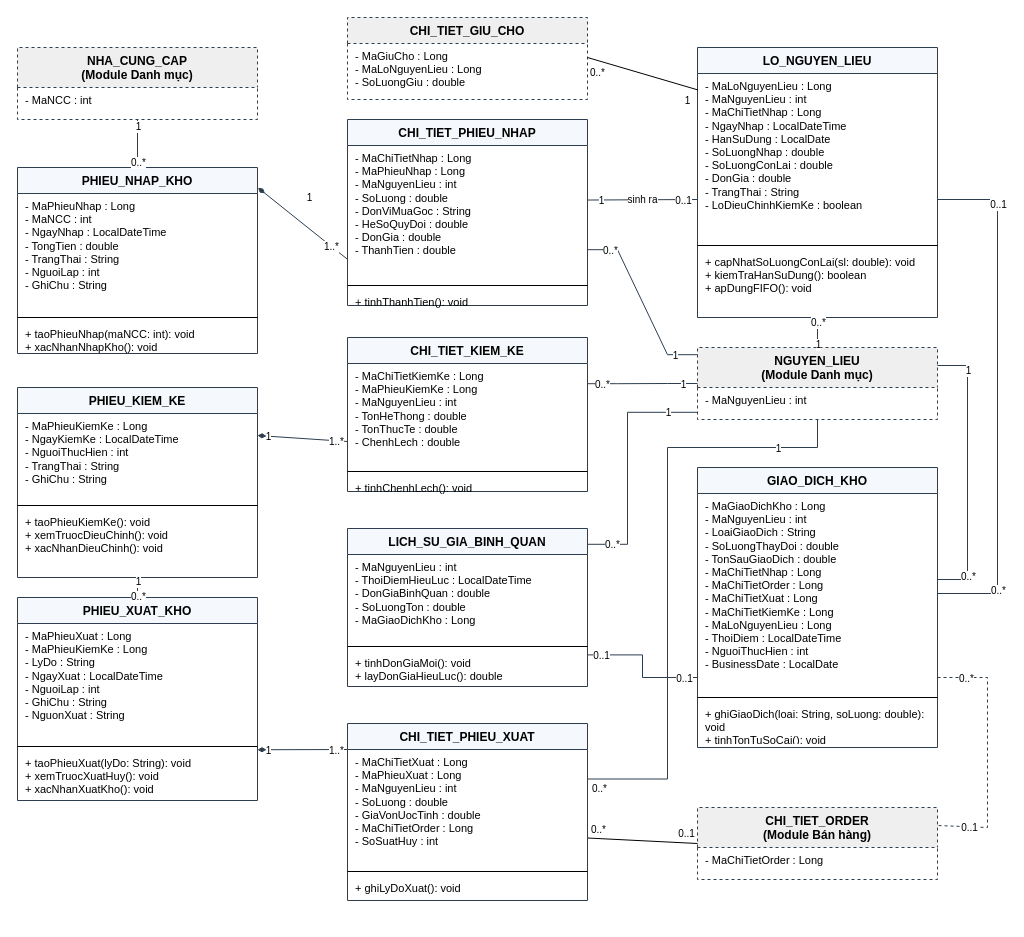
This is page "Quan ly kho" (5 of 17) of docs/So_do/ClassDiagram_HeThongQuanLyNhaHang.drawio from nminhzzz/restaurant-management-ai, a draw.io file, before an edit. Source tidied: cells renumbered, new cells numbered last; positions are measured from the earlier drawing's top-left corner, leaving out a move shared by most shapes. Both pictures are drawn from the tidied source at 100%, with x=0, y=0 at pixel (17, 17).
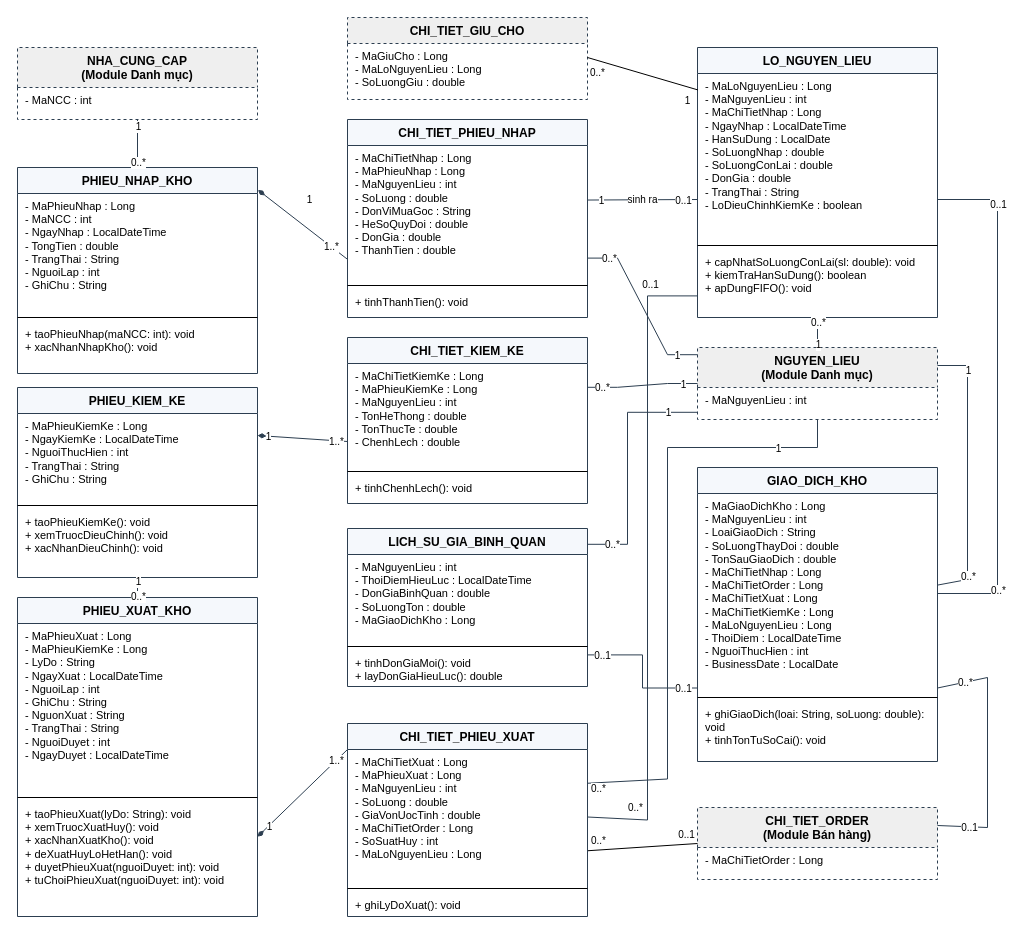
The same page after the edit.

The change refers to these unchanged cells:
```xml
<mxCell id="6" value="CHI_TIET_ORDER&lt;br&gt;(Module Bán hàng)" style="swimlane;fontStyle=1;align=center;verticalAlign=top;horizontal=1;startSize=40;whiteSpace=wrap;html=1;fillColor=#EFEFEF;strokeColor=#2C3E50;dashed=1;fontSize=12;" parent="1" vertex="1">
  <mxGeometry x="680" y="790" width="240" height="72" as="geometry" />
</mxCell>
<mxCell id="16" value="LO_NGUYEN_LIEU" style="swimlane;fontStyle=1;align=center;verticalAlign=top;horizontal=1;startSize=26;whiteSpace=wrap;html=1;fillColor=#F5F8FC;strokeColor=#2C3E50;dashed=0;fontSize=12;" parent="1" vertex="1">
  <mxGeometry x="680" y="30" width="240" height="270" as="geometry" />
</mxCell>
```

The edit, as a diff of the source:
```diff
@@
     <mxCell id="8" value="PHIEU_NHAP_KHO" style="swimlane;fontStyle=1;align=center;verticalAlign=top;horizontal=1;startSize=26;whiteSpace=wrap;html=1;fillColor=#F5F8FC;strokeColor=#2C3E50;dashed=0;fontSize=12;" parent="1" vertex="1">
-      <mxGeometry y="150" width="240" height="186" as="geometry" />
+      <mxGeometry y="150" width="240" height="206" as="geometry" />
     </mxCell>
@@
     <mxCell id="11" value="+ taoPhieuNhap(maNCC: int): void&lt;br&gt;+ xacNhanNhapKho(): void" style="text;align=left;verticalAlign=top;spacingLeft=6;spacingRight=4;overflow=hidden;whiteSpace=wrap;html=1;fontSize=11;" parent="8" vertex="1">
-      <mxGeometry y="154" width="240" height="40" as="geometry" />
+      <mxGeometry y="154" width="240" height="48" as="geometry" />
     </mxCell>
     <mxCell id="12" value="CHI_TIET_PHIEU_NHAP" style="swimlane;fontStyle=1;align=center;verticalAlign=top;horizontal=1;startSize=26;whiteSpace=wrap;html=1;fillColor=#F5F8FC;strokeColor=#2C3E50;dashed=0;fontSize=12;" parent="1" vertex="1">
-      <mxGeometry x="330" y="102" width="240" height="186" as="geometry" />
+      <mxGeometry x="330" y="102" width="240" height="198" as="geometry" />
     </mxCell>
@@
     <mxCell id="20" value="PHIEU_XUAT_KHO" style="swimlane;fontStyle=1;align=center;verticalAlign=top;horizontal=1;startSize=26;whiteSpace=wrap;html=1;fillColor=#F5F8FC;strokeColor=#2C3E50;dashed=0;fontSize=12;" parent="1" vertex="1">
-      <mxGeometry y="580" width="240" height="203" as="geometry" />
+      <mxGeometry y="580" width="240" height="319" as="geometry" />
     </mxCell>
-    <mxCell id="21" value="- MaPhieuXuat : Long&lt;br&gt;- MaPhieuKiemKe : Long&lt;br&gt;- LyDo : String&lt;br&gt;- NgayXuat : LocalDateTime&lt;br&gt;- NguoiLap : int&lt;br&gt;- GhiChu : String&lt;br&gt;- NguonXuat : String" style="text;align=left;verticalAlign=top;spacingLeft=6;spacingRight=4;overflow=hidden;whiteSpace=wrap;html=1;fontSize=11;" parent="20" vertex="1">
-      <mxGeometry y="26" width="240" height="119" as="geometry" />
+    <mxCell id="21" value="- MaPhieuXuat : Long&lt;br&gt;- MaPhieuKiemKe : Long&lt;br&gt;- LyDo : String&lt;br&gt;- NgayXuat : LocalDateTime&lt;br&gt;- NguoiLap : int&lt;br&gt;- GhiChu : String&lt;br&gt;- NguonXuat : String&lt;br&gt;- TrangThai : String&lt;br&gt;- NguoiDuyet : int&lt;br&gt;- NgayDuyet : LocalDateTime" style="text;align=left;verticalAlign=top;spacingLeft=6;spacingRight=4;overflow=hidden;whiteSpace=wrap;html=1;fontSize=11;" parent="20" vertex="1">
+      <mxGeometry y="26" width="240" height="170" as="geometry" />
     </mxCell>
     <mxCell id="22" style="line;strokeWidth=1;fillColor=none;align=left;verticalAlign=middle;spacingTop=-1;spacingLeft=3;spacingRight=3;html=1;" parent="20" vertex="1">
-      <mxGeometry y="145" width="240" height="8" as="geometry" />
+      <mxGeometry y="196" width="240" height="8" as="geometry" />
     </mxCell>
-    <mxCell id="23" value="+ taoPhieuXuat(lyDo: String): void&lt;br&gt;+ xemTruocXuatHuy(): void&lt;br&gt;+ xacNhanXuatKho(): void" style="text;align=left;verticalAlign=top;spacingLeft=6;spacingRight=4;overflow=hidden;whiteSpace=wrap;html=1;fontSize=11;" parent="20" vertex="1">
-      <mxGeometry y="153" width="240" height="58" as="geometry" />
+    <mxCell id="23" value="+ taoPhieuXuat(lyDo: String): void&lt;br&gt;+ xemTruocXuatHuy(): void&lt;br&gt;+ xacNhanXuatKho(): void&lt;br&gt;+ deXuatHuyLoHetHan(): void&lt;br&gt;+ duyetPhieuXuat(nguoiDuyet: int): void&lt;br&gt;+ tuChoiPhieuXuat(nguoiDuyet: int): void" style="text;align=left;verticalAlign=top;spacingLeft=6;spacingRight=4;overflow=hidden;whiteSpace=wrap;html=1;fontSize=11;" parent="20" vertex="1">
+      <mxGeometry y="204" width="240" height="115" as="geometry" />
     </mxCell>
@@
     <mxCell id="28" value="CHI_TIET_KIEM_KE" style="swimlane;fontStyle=1;align=center;verticalAlign=top;horizontal=1;startSize=26;whiteSpace=wrap;html=1;fillColor=#F5F8FC;strokeColor=#2C3E50;dashed=0;fontSize=12;" parent="1" vertex="1">
-      <mxGeometry x="330" y="320" width="240" height="154" as="geometry" />
+      <mxGeometry x="330" y="320" width="240" height="166" as="geometry" />
     </mxCell>
@@
     <mxCell id="32" value="GIAO_DICH_KHO" style="swimlane;fontStyle=1;align=center;verticalAlign=top;horizontal=1;startSize=26;whiteSpace=wrap;html=1;fillColor=#F5F8FC;strokeColor=#2C3E50;dashed=0;fontSize=12;" parent="1" vertex="1">
-      <mxGeometry x="680" y="450" width="240" height="280" as="geometry" />
+      <mxGeometry x="680" y="450" width="240" height="294" as="geometry" />
     </mxCell>
@@
     <mxCell id="35" value="+ ghiGiaoDich(loai: String, soLuong: double): void&lt;br&gt;+ tinhTonTuSoCai(): void" style="text;align=left;verticalAlign=top;spacingLeft=6;spacingRight=4;overflow=hidden;whiteSpace=wrap;html=1;fontSize=11;" parent="32" vertex="1">
-      <mxGeometry y="234" width="240" height="40" as="geometry" />
+      <mxGeometry y="234" width="240" height="56" as="geometry" />
     </mxCell>
@@
-    <mxCell id="73" style="fontSize=10;html=1;endArrow=none;startArrow=none;startFill=0;endFill=0;rounded=0;dashed=1;strokeColor=#2C3E50;exitX=1;exitY=0.75;exitDx=0;exitDy=0;entryX=1;entryY=0.25;entryDx=0;entryDy=0;" parent="1" edge="1" source="32" target="6">
+    <mxCell id="73" style="fontSize=10;html=1;endArrow=none;startArrow=none;startFill=0;endFill=0;rounded=0;strokeColor=#2C3E50;exitX=1;exitY=0.75;exitDx=0;exitDy=0;entryX=1;entryY=0.25;entryDx=0;entryDy=0;" parent="1" edge="1" source="32" target="6">
       <mxGeometry x="-0.11" relative="1" as="geometry">
         <Array as="points">
           <mxPoint x="970" y="660" />
           <mxPoint x="970" y="810" />
         </Array>
       </mxGeometry>
     </mxCell>
@@
     <mxCell id="87" value="CHI_TIET_PHIEU_XUAT" style="swimlane;fontStyle=1;align=center;verticalAlign=top;horizontal=1;startSize=26;whiteSpace=wrap;html=1;fillColor=#F5F8FC;strokeColor=#2C3E50;dashed=0;fontSize=12;" parent="1" vertex="1">
-      <mxGeometry x="330" y="706" width="240" height="177" as="geometry" />
+      <mxGeometry x="330" y="706" width="240" height="193" as="geometry" />
     </mxCell>
-    <mxCell id="88" value="- MaChiTietXuat : Long&lt;br&gt;- MaPhieuXuat : Long&lt;br&gt;- MaNguyenLieu : int&lt;br&gt;- SoLuong : double&lt;br&gt;- GiaVonUocTinh : double&lt;br&gt;- MaChiTietOrder : Long&lt;br&gt;- SoSuatHuy : int" style="text;align=left;verticalAlign=top;spacingLeft=6;spacingRight=4;overflow=hidden;whiteSpace=wrap;html=1;fontSize=11;" parent="87" vertex="1">
-      <mxGeometry y="26" width="240" height="118" as="geometry" />
+    <mxCell id="88" value="- MaChiTietXuat : Long&lt;br&gt;- MaPhieuXuat : Long&lt;br&gt;- MaNguyenLieu : int&lt;br&gt;- SoLuong : double&lt;br&gt;- GiaVonUocTinh : double&lt;br&gt;- MaChiTietOrder : Long&lt;br&gt;- SoSuatHuy : int&lt;br&gt;- MaLoNguyenLieu : Long" style="text;align=left;verticalAlign=top;spacingLeft=6;spacingRight=4;overflow=hidden;whiteSpace=wrap;html=1;fontSize=11;" parent="87" vertex="1">
+      <mxGeometry y="26" width="240" height="135" as="geometry" />
     </mxCell>
     <mxCell id="89" style="line;strokeWidth=1;fillColor=none;align=left;verticalAlign=middle;spacingTop=-1;spacingLeft=3;spacingRight=3;html=1;" parent="87" vertex="1">
-      <mxGeometry y="144" width="240" height="8" as="geometry" />
+      <mxGeometry y="161" width="240" height="8" as="geometry" />
     </mxCell>
     <mxCell id="90" value="+ ghiLyDoXuat(): void" style="text;align=left;verticalAlign=top;spacingLeft=6;spacingRight=4;overflow=hidden;whiteSpace=wrap;html=1;fontSize=11;" parent="87" vertex="1">
-      <mxGeometry y="152" width="240" height="24" as="geometry" />
+      <mxGeometry y="169" width="240" height="24" as="geometry" />
     </mxCell>
@@
+    <mxCell id="97" style="fontSize=10;html=1;endArrow=none;startArrow=none;startFill=0;endFill=0;rounded=0;strokeColor=#2C3E50;exitX=1;exitY=0.5;exitDx=0;exitDy=0;entryX=0;entryY=0.92;entryDx=0;entryDy=0;" parent="1" edge="1" source="88" target="16">
+      <mxGeometry relative="1" as="geometry">
+        <Array as="points">
+          <mxPoint x="630" y="802.5" />
+          <mxPoint x="630" y="278.4" />
+        </Array>
+      </mxGeometry>
+    </mxCell>
+    <mxCell id="98" value="0..*" style="edgeLabel;html=1;align=center;verticalAlign=middle;fontSize=10;" parent="97" vertex="1">
+      <mxGeometry x="-0.85" relative="1" as="geometry">
+        <mxPoint y="-12" as="offset" />
+      </mxGeometry>
+    </mxCell>
+    <mxCell id="99" value="0..1" style="edgeLabel;html=1;align=center;verticalAlign=middle;fontSize=10;" parent="97" vertex="1">
+      <mxGeometry x="0.85" relative="1" as="geometry">
+        <mxPoint y="-12" as="offset" />
+      </mxGeometry>
+    </mxCell>
```
